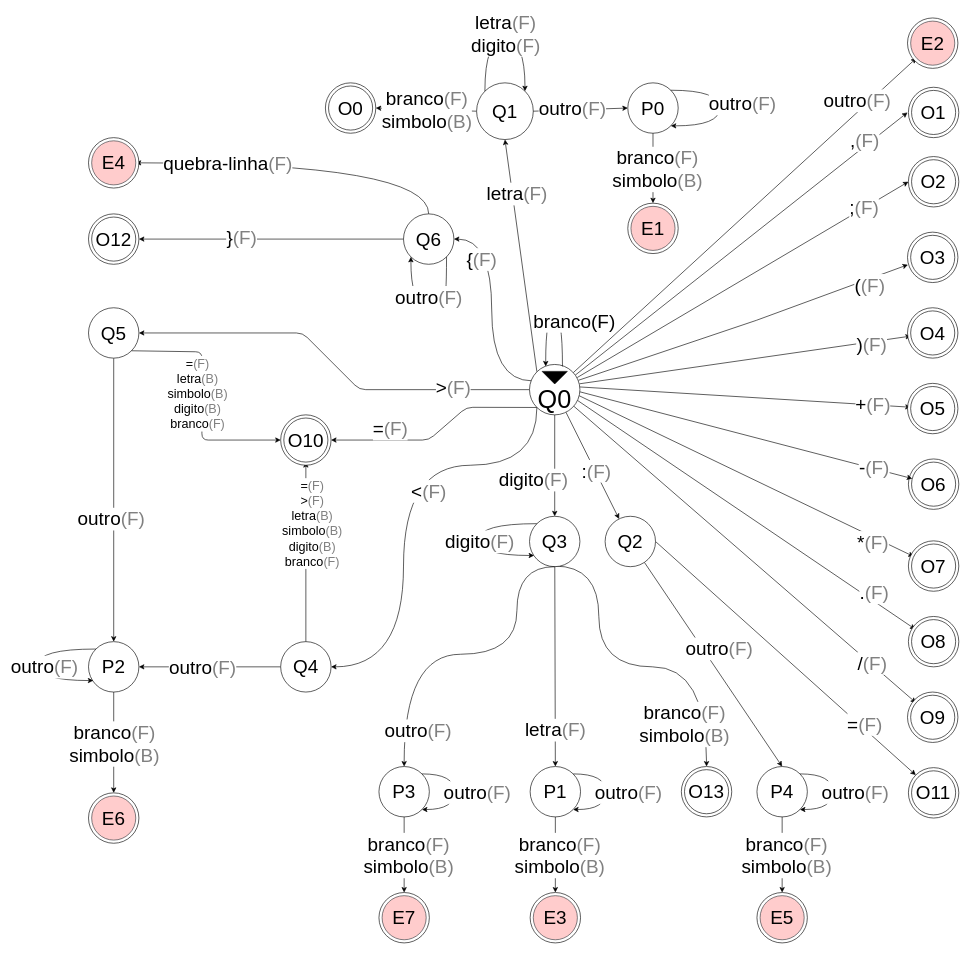
GuScarenci/compilador-pl0 keeps this draw.io diagram as res/automato.drawio. Above is the earlier version. Source tidied: cells renumbered, new cells numbered last; positions are measured from the earlier drawing's top-left corner, leaving out a move shared by most shapes. Both pictures are drawn from the tidied source at 63%, with x=0, y=0 at pixel (38, 18).
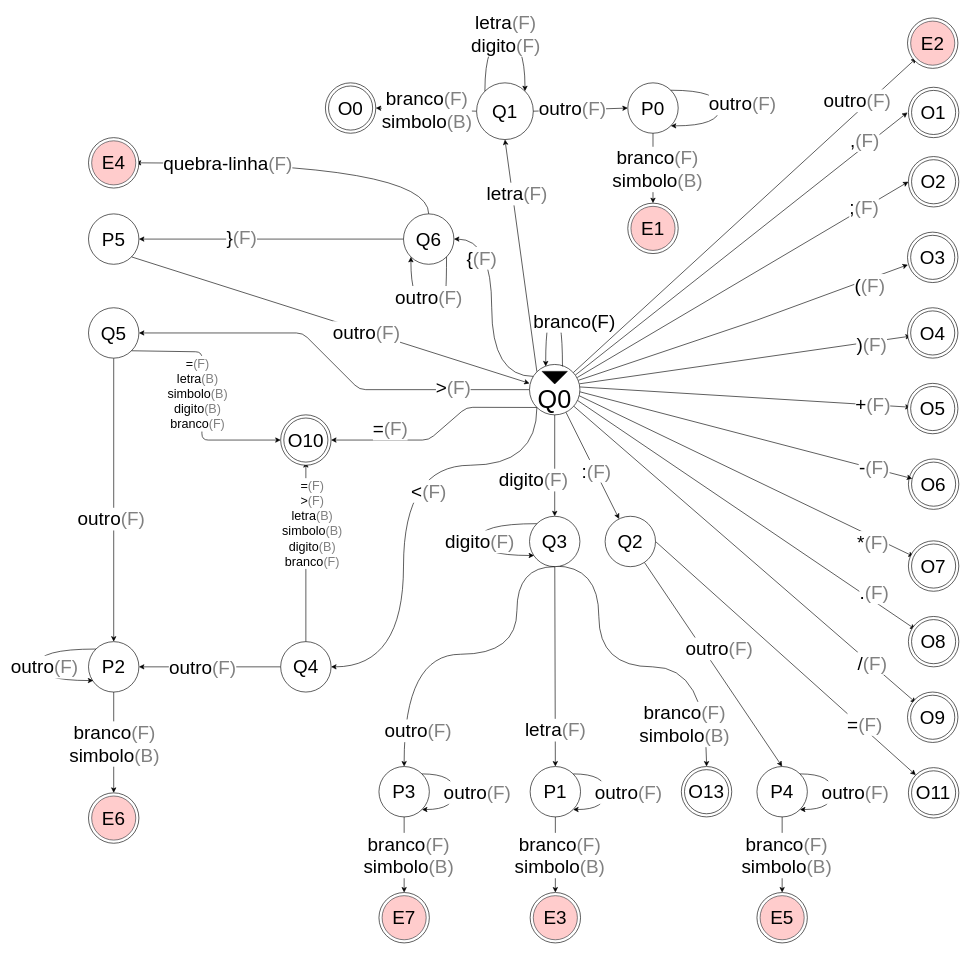
After the change.

Unchanged cells that the change refers to:
```xml
<mxCell id="52" style="ellipse;whiteSpace=wrap;html=1;fontSize=30;" parent="1" vertex="1">
  <mxGeometry x="780" y="550" width="80" height="80" as="geometry" />
</mxCell>
<mxCell id="76" style="group;fontSize=30;" parent="1" vertex="1">
  <mxGeometry x="80" y="311" width="80" height="80" as="geometry" />
</mxCell>
<mxCell id="92" value="&lt;font style=&quot;font-size: 30px;&quot;&gt;Q6&lt;/font&gt;" style="ellipse;whiteSpace=wrap;html=1;fontSize=30;" parent="1" vertex="1">
  <mxGeometry x="580" y="311" width="80" height="80" as="geometry" />
</mxCell>
```

The edit, as a diff of the source:
```diff
@@
-    <mxCell id="42" style="edgeStyle=orthogonalEdgeStyle;shape=connector;rounded=0;jettySize=auto;html=1;labelBackgroundColor=default;strokeColor=default;align=center;verticalAlign=middle;fontFamily=Helvetica;fontSize=30;fontColor=default;endArrow=classic;entryX=1;entryY=0.5;entryDx=0;entryDy=0;curved=1;exitX=0.054;exitY=0.326;exitDx=0;exitDy=0;exitPerimeter=0;" parent="1" edge="1" source="52" target="92">
+    <mxCell id="42" style="edgeStyle=orthogonalEdgeStyle;shape=connector;rounded=0;jettySize=auto;html=1;labelBackgroundColor=default;strokeColor=default;align=center;verticalAlign=middle;fontFamily=Helvetica;fontSize=30;fontColor=default;endArrow=classic;entryX=1;entryY=0.5;entryDx=0;entryDy=0;curved=1;exitX=0.081;exitY=0.238;exitDx=0;exitDy=0;exitPerimeter=0;" parent="1" edge="1" source="52" target="92">
       <mxGeometry relative="1" as="geometry" />
     </mxCell>
@@
-    <mxCell id="77" style="ellipse;whiteSpace=wrap;html=1;fontSize=30;" parent="76" vertex="1">
+    <mxCell id="77" value="P5" style="ellipse;whiteSpace=wrap;html=1;fontSize=30;" parent="76" vertex="1">
       <mxGeometry width="80" height="80" as="geometry" />
     </mxCell>
-    <mxCell id="78" value="&lt;font style=&quot;font-size: 30px;&quot;&gt;O12&lt;/font&gt;" style="ellipse;whiteSpace=wrap;html=1;fontSize=30;" parent="76" vertex="1">
-      <mxGeometry x="5" y="5" width="70" height="70" as="geometry" />
-    </mxCell>
@@
+    <mxCell id="172" style="edgeStyle=none;html=1;exitX=1;exitY=1;exitDx=0;exitDy=0;entryX=0;entryY=0.375;entryDx=0;entryDy=0;entryPerimeter=0;" parent="1" edge="1" source="77" target="52">
+      <mxGeometry relative="1" as="geometry" />
+    </mxCell>
+    <mxCell id="173" value="&lt;span style=&quot;font-size: 30px;&quot;&gt;outro&lt;/span&gt;&lt;font style=&quot;font-size: 30px;&quot; color=&quot;#808080&quot;&gt;(F)&lt;/font&gt;" style="edgeLabel;html=1;align=center;verticalAlign=middle;" parent="172" vertex="1">
+      <mxGeometry x="0.18" y="-1" relative="1" as="geometry" />
+    </mxCell>
```
